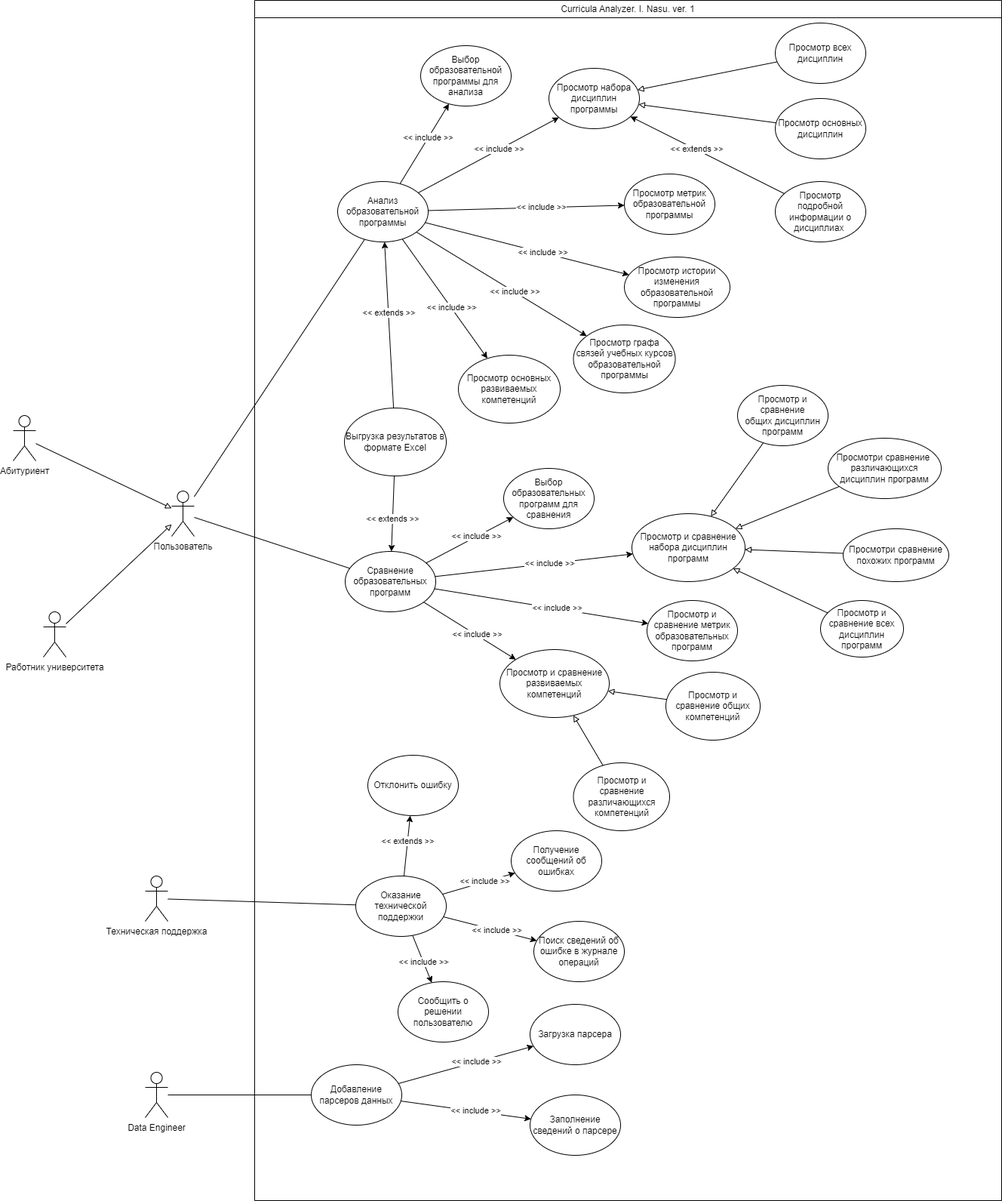
Earlier version of the draw.io export docs/HW 1/SSAD.drawio.png (yunas-x/Diploma). Source tidied: cells renumbered, new cells last; positions are measured from the earlier drawing's top-left corner, leaving out a move shared by most shapes.
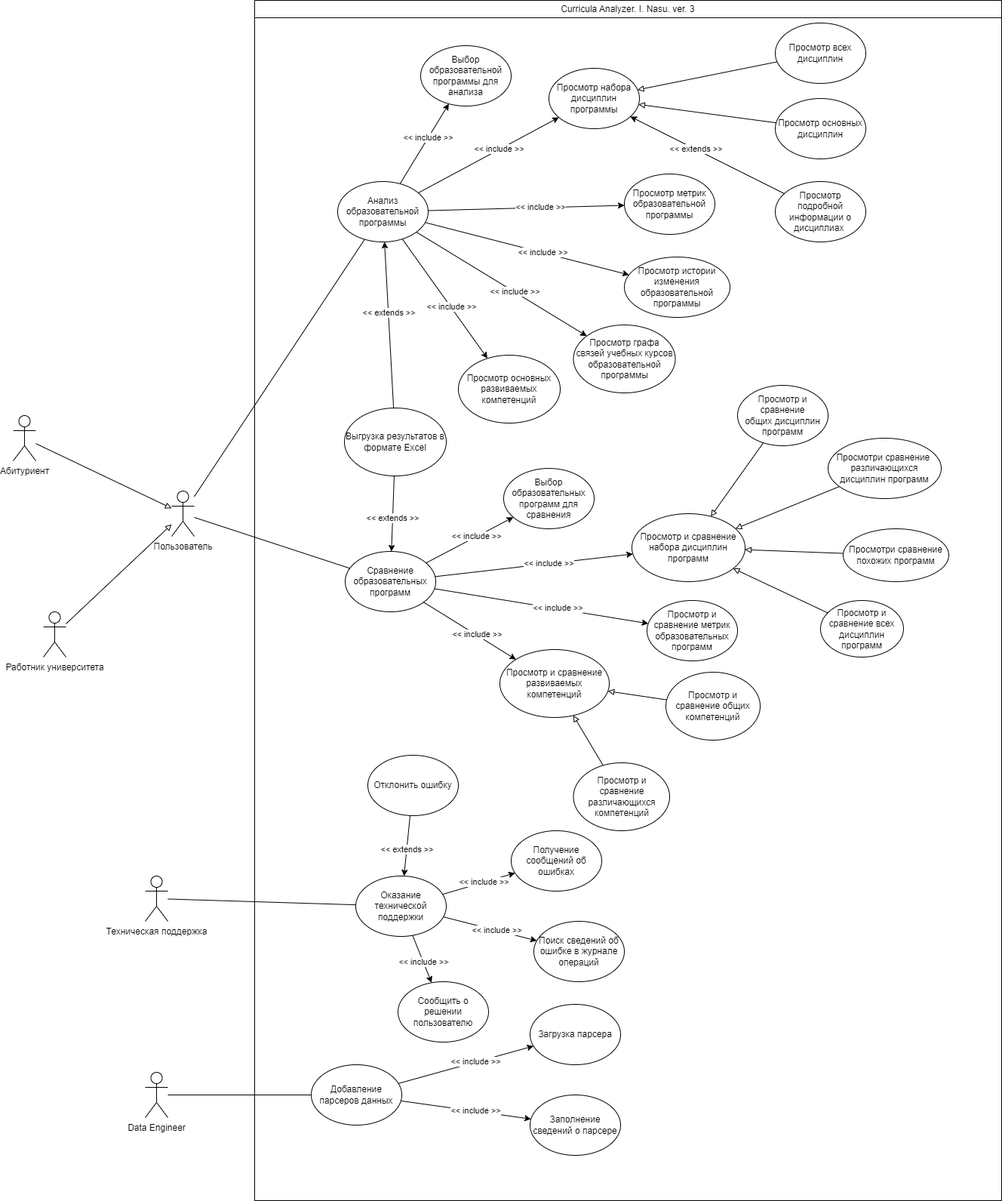
After the change.

Diff of the diagram source:
```diff
@@ -2,7 +2,7 @@
   <root>
     <mxCell id="0" />
     <mxCell id="1" parent="0" />
-    <mxCell id="2" value="Curricula Analyzer. I. Nasu. ver. 1" style="swimlane;whiteSpace=wrap;html=1;fontStyle=0;" parent="1" vertex="1">
+    <mxCell id="2" value="Curricula Analyzer. I. Nasu. ver. 3" style="swimlane;whiteSpace=wrap;html=1;fontStyle=0;" parent="1" vertex="1">
       <mxGeometry x="320" width="990" height="1590" as="geometry" />
     </mxCell>
     <mxCell id="3" style="rounded=0;jettySize=auto;html=1;" parent="2" edge="1" source="5" target="8">
@@ -250,7 +250,7 @@
         <mxPoint y="-1" as="offset" />
       </mxGeometry>
     </mxCell>
-    <mxCell id="74" style="rounded=0;jettySize=auto;html=1;" parent="2" edge="1" source="12" target="67">
+    <mxCell id="74" style="rounded=0;jettySize=auto;html=1;" parent="2" edge="1" source="67" target="12">
       <mxGeometry relative="1" as="geometry" />
     </mxCell>
     <mxCell id="75" value="&amp;lt;&amp;lt; extends &amp;gt;&amp;gt;" style="edgeLabel;html=1;align=center;verticalAlign=middle;" parent="74" vertex="1">
```
